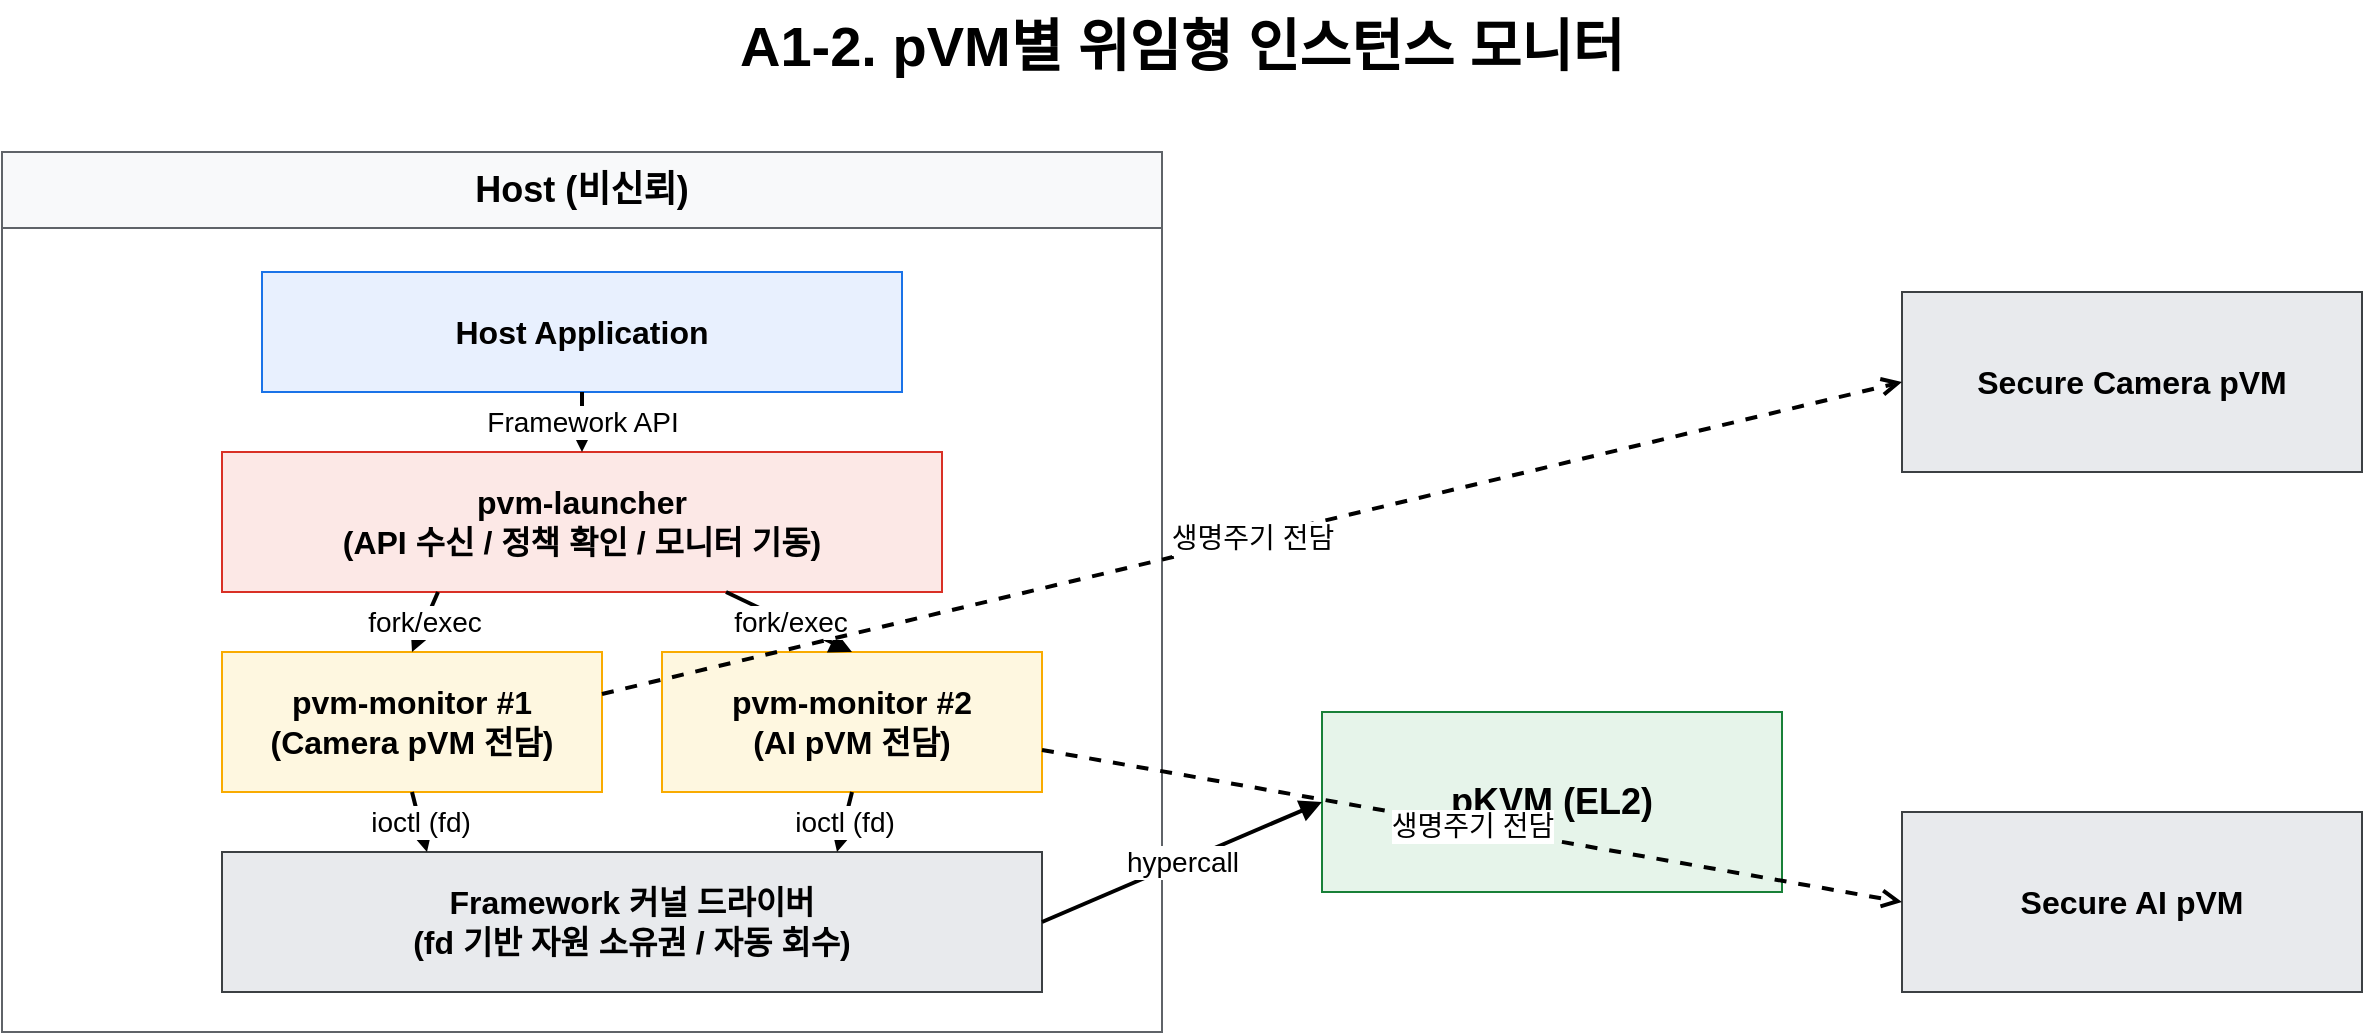
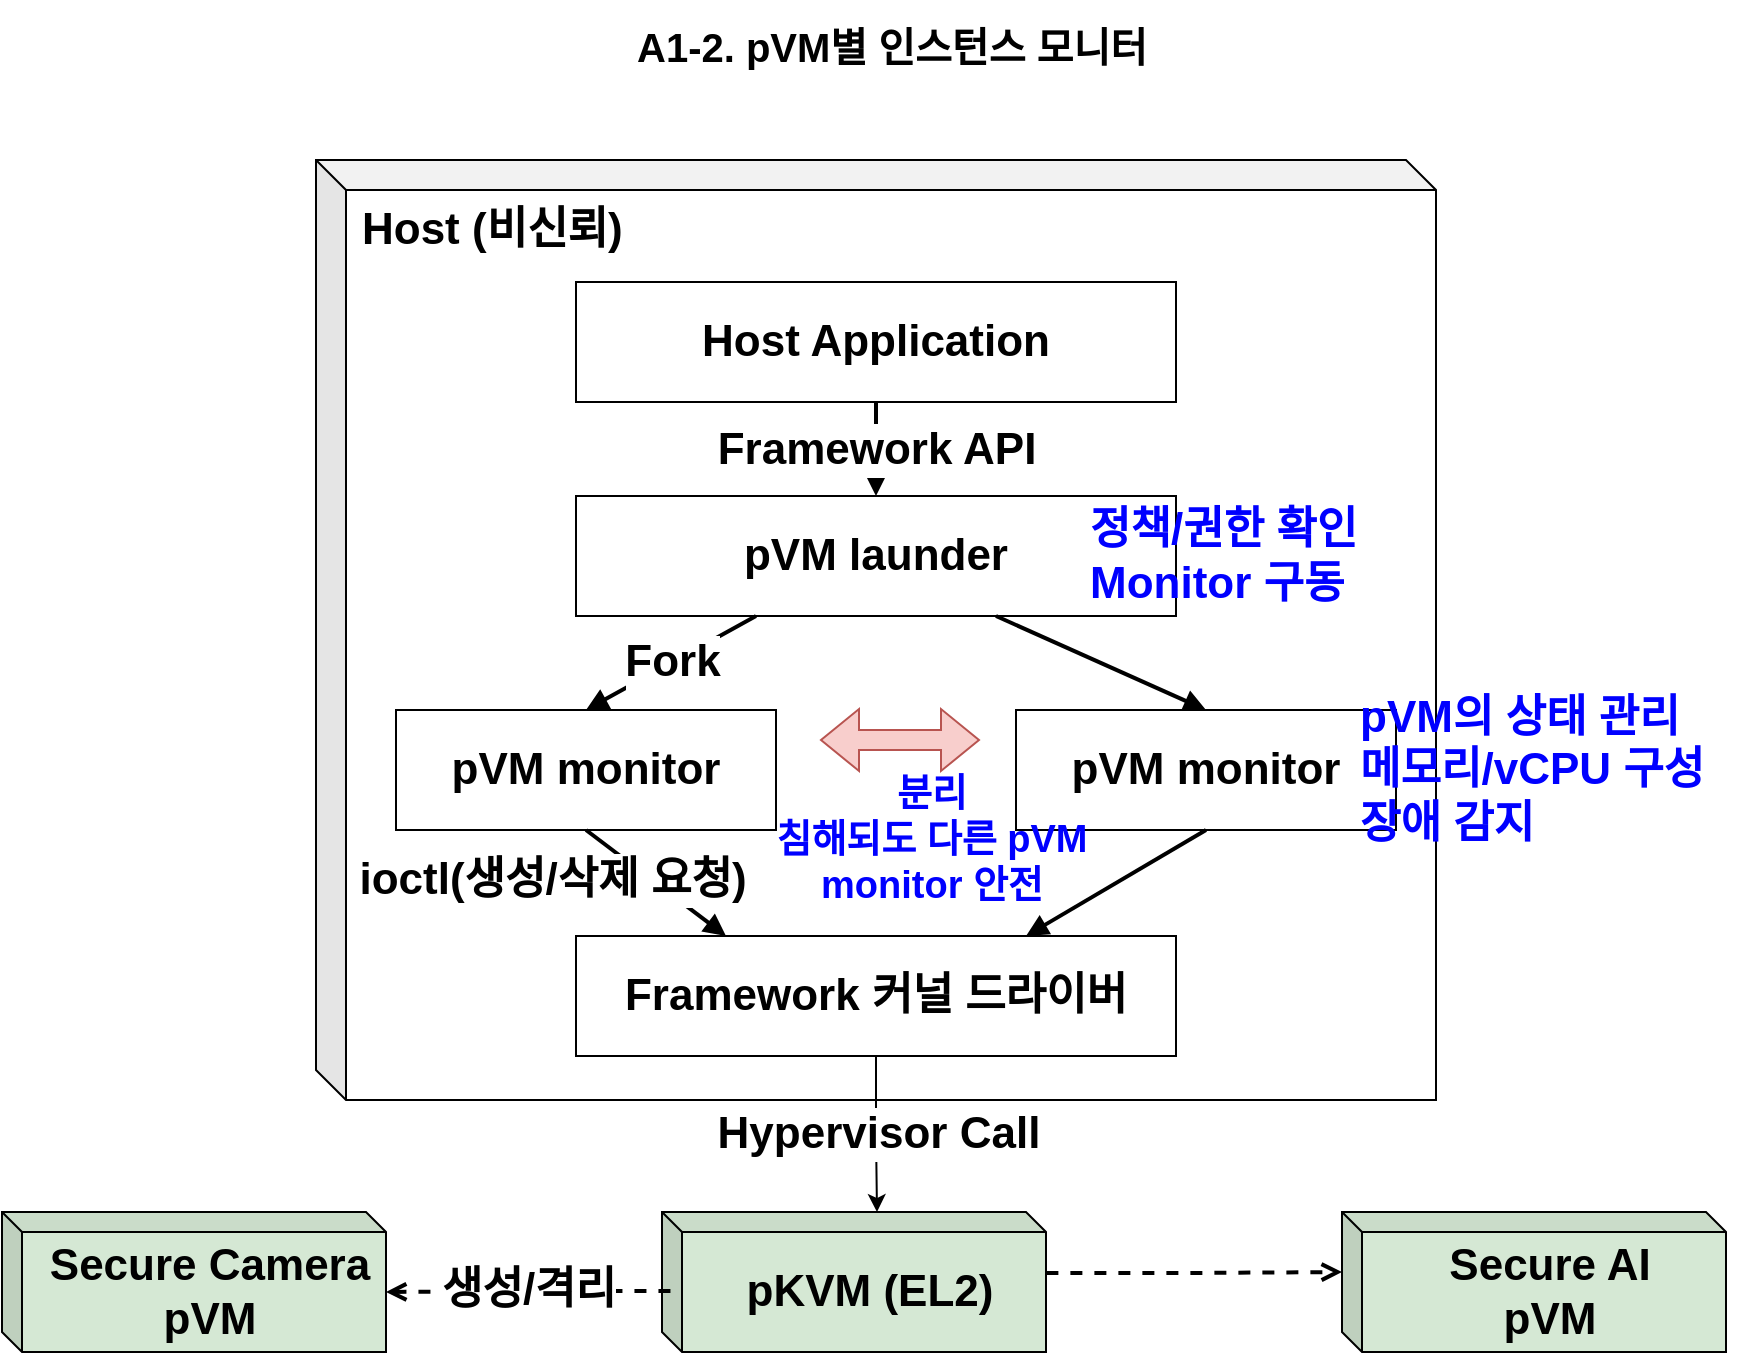
- <mxfile host="app.diagrams.net" modified="2026-07-09T00:00:00.000Z" agent="Claude" version="24.7.17" type="device">
+ <mxfile host="Electron" agent="Claude">
  <diagram id="a1-2-per-instance-monitor" name="A1-2">
-     <mxGraphModel dx="1280" dy="720" grid="1" gridSize="10" guides="1" tooltips="1" connect="1" arrows="1" fold="1" page="1" pageScale="1" pageWidth="1320" pageHeight="720" math="0" shadow="0">
+     <mxGraphModel dx="1207" dy="659" grid="1" gridSize="10" guides="1" tooltips="1" connect="1" arrows="1" fold="1" page="1" pageScale="1" pageWidth="1320" pageHeight="720" math="0" shadow="0">
      <root>
-         <mxCell id="0"/>
-         <mxCell id="1" parent="0"/>
-         <mxCell id="title" value="A1-2. pVM별 위임형 인스턴스 모니터" style="text;html=1;strokeColor=none;fillColor=none;align=center;verticalAlign=middle;whiteSpace=wrap;rounded=0;fontSize=28;fontStyle=1" vertex="1" parent="1">
-           <mxGeometry x="340" y="34" width="640" height="46" as="geometry"/>
+         <mxCell id="0" />
+         <mxCell id="1" parent="0" />
+         <mxCell id="ZEIo1c_CHVTAHK3E7dbV-1" parent="1" style="shape=cube;whiteSpace=wrap;html=1;boundedLbl=1;backgroundOutline=1;darkOpacity=0.05;darkOpacity2=0.1;fontSize=22;fontStyle=1;verticalAlign=top;align=left;spacingLeft=6;size=15;" value="Host (비신뢰)" vertex="1">
+           <mxGeometry height="470" width="560" x="372" y="90" as="geometry" />
        </mxCell>
-         <mxCell id="host" value="Host (비신뢰)" style="swimlane;html=1;whiteSpace=wrap;rounded=0;startSize=38;horizontal=1;fillColor=#f8f9fa;strokeColor=#5f6368;fontSize=18;fontStyle=1" vertex="1" parent="1">
-           <mxGeometry x="70" y="110" width="580" height="440" as="geometry"/>
+         <mxCell id="ZEIo1c_CHVTAHK3E7dbV-2" parent="1" style="shape=cube;whiteSpace=wrap;html=1;boundedLbl=1;backgroundOutline=1;darkOpacity=0.05;darkOpacity2=0.1;fontSize=22;fontStyle=1;verticalAlign=middle;align=center;spacingLeft=6;size=10;fillColor=#d5e8d4;strokeColor=#000000;" value="pKVM (EL2)" vertex="1">
+           <mxGeometry height="70" width="192" x="545" y="616" as="geometry" />
        </mxCell>
-         <mxCell id="app" value="Host Application" style="rounded=0;whiteSpace=wrap;html=1;fillColor=#e8f0fe;strokeColor=#1a73e8;fontSize=16;fontStyle=1" vertex="1" parent="host">
-           <mxGeometry x="130" y="60" width="320" height="60" as="geometry"/>
+         <mxCell id="title" parent="1" style="text;html=1;align=center;verticalAlign=middle;whiteSpace=wrap;rounded=0;fontSize=20;fontStyle=1;" value="A1-2. pVM별 인스턴스 모니터" vertex="1">
+           <mxGeometry height="46" width="640" x="340" y="10" as="geometry" />
        </mxCell>
-         <mxCell id="lch" value="pvm-launcher&lt;br&gt;(API 수신 / 정책 확인 / 모니터 기동)" style="rounded=0;whiteSpace=wrap;html=1;fillColor=#fce8e6;strokeColor=#d93025;fontSize=16;fontStyle=1" vertex="1" parent="host">
-           <mxGeometry x="110" y="150" width="360" height="70" as="geometry"/>
+         <mxCell id="e-m1-cam" edge="1" parent="1" source="ZEIo1c_CHVTAHK3E7dbV-2" style="endArrow=open;html=1;rounded=0;dashed=1;strokeWidth=2;exitX=0.022;exitY=0.564;exitDx=0;exitDy=0;entryX=0;entryY=0;entryDx=192.00000000000003;entryDy=40;fontSize=22;fontStyle=1;entryPerimeter=0;edgeStyle=orthogonalEdgeStyle;exitPerimeter=0;labelBackgroundColor=default;" target="ZEIo1c_CHVTAHK3E7dbV-4" value="&lt;span style=&quot;color: rgb(0, 0, 0); font-family: Helvetica; font-style: normal; font-variant-ligatures: normal; font-variant-caps: normal; font-weight: 700; letter-spacing: normal; orphans: 2; text-align: center; text-indent: 0px; text-transform: none; widows: 2; word-spacing: 0px; -webkit-text-stroke-width: 0px; white-space: nowrap; text-decoration-thickness: initial; text-decoration-style: initial; text-decoration-color: initial; float: none; display: inline !important;&quot;&gt;생성/격리&lt;/span&gt;">
+           <mxGeometry relative="1" as="geometry" />
        </mxCell>
-         <mxCell id="m1" value="pvm-monitor #1&lt;br&gt;(Camera pVM 전담)" style="rounded=0;whiteSpace=wrap;html=1;fillColor=#fef7e0;strokeColor=#f9ab00;fontSize=16;fontStyle=1" vertex="1" parent="host">
-           <mxGeometry x="110" y="250" width="190" height="70" as="geometry"/>
+         <mxCell id="e-m2-ai" edge="1" parent="1" source="ZEIo1c_CHVTAHK3E7dbV-2" style="endArrow=open;html=1;rounded=0;dashed=1;strokeWidth=2;exitX=1.001;exitY=0.436;exitDx=0;exitDy=0;entryX=0;entryY=0;entryDx=0;entryDy=30;fontSize=22;fontStyle=1;entryPerimeter=0;edgeStyle=orthogonalEdgeStyle;exitPerimeter=0;" target="ZEIo1c_CHVTAHK3E7dbV-5" value="">
+           <mxGeometry relative="1" as="geometry" />
        </mxCell>
-         <mxCell id="m2" value="pvm-monitor #2&lt;br&gt;(AI pVM 전담)" style="rounded=0;whiteSpace=wrap;html=1;fillColor=#fef7e0;strokeColor=#f9ab00;fontSize=16;fontStyle=1" vertex="1" parent="host">
-           <mxGeometry x="330" y="250" width="190" height="70" as="geometry"/>
+         <mxCell id="app" parent="1" style="rounded=0;whiteSpace=wrap;html=1;fontSize=22;fontStyle=1;" value="Host Application" vertex="1">
+           <mxGeometry height="60" width="300" x="502" y="151" as="geometry" />
        </mxCell>
-         <mxCell id="drv" value="Framework 커널 드라이버&lt;br&gt;(fd 기반 자원 소유권 / 자동 회수)" style="rounded=0;whiteSpace=wrap;html=1;fillColor=#e8eaed;strokeColor=#3c4043;fontSize=16;fontStyle=1" vertex="1" parent="host">
-           <mxGeometry x="110" y="350" width="410" height="70" as="geometry"/>
+         <mxCell id="lch" parent="1" style="rounded=0;whiteSpace=wrap;html=1;fontSize=22;fontStyle=1;" value="pVM launder" vertex="1">
+           <mxGeometry height="60" width="300" x="502" y="258" as="geometry" />
        </mxCell>
-         <mxCell id="hv" value="pKVM (EL2)" style="rounded=0;whiteSpace=wrap;html=1;fillColor=#e6f4ea;strokeColor=#188038;fontSize=18;fontStyle=1" vertex="1" parent="1">
-           <mxGeometry x="730" y="390" width="230" height="90" as="geometry"/>
+         <mxCell id="m1" parent="1" style="rounded=0;whiteSpace=wrap;html=1;fontSize=22;fontStyle=1;" value="pVM monitor" vertex="1">
+           <mxGeometry height="60" width="190" x="412" y="365" as="geometry" />
        </mxCell>
-         <mxCell id="cam" value="Secure Camera pVM" style="rounded=0;whiteSpace=wrap;html=1;fillColor=#e8eaed;strokeColor=#3c4043;fontSize=16;fontStyle=1" vertex="1" parent="1">
-           <mxGeometry x="1020" y="180" width="230" height="90" as="geometry"/>
+         <mxCell id="m2" parent="1" style="rounded=0;whiteSpace=wrap;html=1;fontSize=22;fontStyle=1;" value="pVM monitor" vertex="1">
+           <mxGeometry height="60" width="190" x="722" y="365" as="geometry" />
        </mxCell>
-         <mxCell id="ai" value="Secure AI pVM" style="rounded=0;whiteSpace=wrap;html=1;fillColor=#e8eaed;strokeColor=#3c4043;fontSize=16;fontStyle=1" vertex="1" parent="1">
-           <mxGeometry x="1020" y="440" width="230" height="90" as="geometry"/>
+         <mxCell id="drv" parent="1" style="rounded=0;whiteSpace=wrap;html=1;fontSize=22;fontStyle=1;" value="Framework 커널 드라이버" vertex="1">
+           <mxGeometry height="60" width="300" x="502" y="478" as="geometry" />
        </mxCell>
-         <mxCell id="e-app-lch" value="Framework API" style="endArrow=block;html=1;rounded=0;strokeWidth=2;exitX=0.5;exitY=1;exitDx=0;exitDy=0;entryX=0.5;entryY=0;entryDx=0;entryDy=0;fontSize=14" edge="1" parent="host" source="app" target="lch">
-           <mxGeometry relative="1" as="geometry"/>
+         <mxCell id="e-app-lch" edge="1" parent="1" source="app" style="endArrow=block;html=1;rounded=0;strokeWidth=2;exitX=0.5;exitY=1;exitDx=0;exitDy=0;entryX=0.5;entryY=0;entryDx=0;entryDy=0;fontSize=22;fontStyle=1" target="lch" value="Framework API">
+           <mxGeometry relative="1" as="geometry" />
        </mxCell>
-         <mxCell id="e-lch-m1" value="fork/exec" style="endArrow=block;html=1;rounded=0;strokeWidth=2;exitX=0.3;exitY=1;exitDx=0;exitDy=0;entryX=0.5;entryY=0;entryDx=0;entryDy=0;fontSize=14" edge="1" parent="host" source="lch" target="m1">
-           <mxGeometry relative="1" as="geometry"/>
+         <mxCell id="e-lch-m1" edge="1" parent="1" source="lch" style="endArrow=block;html=1;rounded=0;strokeWidth=2;exitX=0.3;exitY=1;exitDx=0;exitDy=0;entryX=0.5;entryY=0;entryDx=0;entryDy=0;fontSize=22;fontStyle=1" target="m1" value="Fork">
+           <mxGeometry relative="1" as="geometry" />
        </mxCell>
-         <mxCell id="e-lch-m2" value="fork/exec" style="endArrow=block;html=1;rounded=0;strokeWidth=2;exitX=0.7;exitY=1;exitDx=0;exitDy=0;entryX=0.5;entryY=0;entryDx=0;entryDy=0;fontSize=14" edge="1" parent="host" source="lch" target="m2">
-           <mxGeometry relative="1" as="geometry"/>
+         <mxCell id="e-lch-m2" edge="1" parent="1" source="lch" style="endArrow=block;html=1;rounded=0;strokeWidth=2;exitX=0.7;exitY=1;exitDx=0;exitDy=0;entryX=0.5;entryY=0;entryDx=0;entryDy=0;fontSize=22;fontStyle=1" target="m2" value="">
+           <mxGeometry relative="1" as="geometry" />
        </mxCell>
-         <mxCell id="e-m1-drv" value="ioctl (fd)" style="endArrow=block;html=1;rounded=0;strokeWidth=2;exitX=0.5;exitY=1;exitDx=0;exitDy=0;entryX=0.25;entryY=0;entryDx=0;entryDy=0;fontSize=14" edge="1" parent="host" source="m1" target="drv">
-           <mxGeometry relative="1" as="geometry"/>
+         <mxCell id="e-m1-drv" edge="1" parent="1" source="m1" style="endArrow=block;html=1;rounded=0;strokeWidth=2;exitX=0.5;exitY=1;exitDx=0;exitDy=0;entryX=0.25;entryY=0;entryDx=0;entryDy=0;fontSize=22;fontStyle=1" target="drv" value="ioctl(생성/삭제 요청)">
+           <mxGeometry relative="1" x="-0.965" y="-30" as="geometry">
+             <mxPoint as="offset" />
+           </mxGeometry>
        </mxCell>
-         <mxCell id="e-m2-drv" value="ioctl (fd)" style="endArrow=block;html=1;rounded=0;strokeWidth=2;exitX=0.5;exitY=1;exitDx=0;exitDy=0;entryX=0.75;entryY=0;entryDx=0;entryDy=0;fontSize=14" edge="1" parent="host" source="m2" target="drv">
-           <mxGeometry relative="1" as="geometry"/>
+         <mxCell id="e-m2-drv" edge="1" parent="1" source="m2" style="endArrow=block;html=1;rounded=0;strokeWidth=2;exitX=0.5;exitY=1;exitDx=0;exitDy=0;entryX=0.75;entryY=0;entryDx=0;entryDy=0;fontSize=22;fontStyle=1" target="drv" value="">
+           <mxGeometry relative="1" as="geometry" />
        </mxCell>
-         <mxCell id="e-drv-hv" value="hypercall" style="endArrow=block;html=1;rounded=0;strokeWidth=2;exitX=1;exitY=0.5;exitDx=0;exitDy=0;entryX=0;entryY=0.5;entryDx=0;entryDy=0;fontSize=14" edge="1" parent="1" source="drv" target="hv">
-           <mxGeometry relative="1" as="geometry"/>
+         <mxCell id="ZEIo1c_CHVTAHK3E7dbV-3" edge="1" parent="1" source="drv" style="edgeStyle=orthogonalEdgeStyle;rounded=0;orthogonalLoop=1;jettySize=auto;html=1;exitX=0.5;exitY=1;exitDx=0;exitDy=0;entryX=0;entryY=0;entryDx=107.5;entryDy=0;entryPerimeter=0;fontSize=22;fontStyle=1" target="ZEIo1c_CHVTAHK3E7dbV-2" value="Hypervisor Call">
+           <mxGeometry relative="1" as="geometry" />
        </mxCell>
-         <mxCell id="e-m1-cam" value="생명주기 전담" style="endArrow=open;html=1;rounded=0;dashed=1;strokeWidth=2;exitX=1;exitY=0.3;exitDx=0;exitDy=0;entryX=0;entryY=0.5;entryDx=0;entryDy=0;fontSize=14" edge="1" parent="1" source="m1" target="cam">
-           <mxGeometry relative="1" as="geometry"/>
+         <mxCell id="ZEIo1c_CHVTAHK3E7dbV-4" parent="1" style="shape=cube;whiteSpace=wrap;html=1;boundedLbl=1;backgroundOutline=1;darkOpacity=0.05;darkOpacity2=0.1;fontSize=22;fontStyle=1;verticalAlign=middle;align=center;spacingLeft=6;size=10;fillColor=#d5e8d4;strokeColor=#000000;" value="Secure Camera&lt;div&gt;pVM&lt;/div&gt;" vertex="1">
+           <mxGeometry height="70" width="192" x="215" y="616" as="geometry" />
        </mxCell>
-         <mxCell id="e-m2-ai" value="생명주기 전담" style="endArrow=open;html=1;rounded=0;dashed=1;strokeWidth=2;exitX=1;exitY=0.7;exitDx=0;exitDy=0;entryX=0;entryY=0.5;entryDx=0;entryDy=0;fontSize=14" edge="1" parent="1" source="m2" target="ai">
-           <mxGeometry relative="1" as="geometry"/>
+         <mxCell id="ZEIo1c_CHVTAHK3E7dbV-5" parent="1" style="shape=cube;whiteSpace=wrap;html=1;boundedLbl=1;backgroundOutline=1;darkOpacity=0.05;darkOpacity2=0.1;fontSize=22;fontStyle=1;verticalAlign=middle;align=center;spacingLeft=6;size=10;fillColor=#d5e8d4;strokeColor=#000000;" value="Secure AI&lt;div&gt;pVM&lt;/div&gt;" vertex="1">
+           <mxGeometry height="70" width="192" x="885" y="616" as="geometry" />
+         </mxCell>
+         <mxCell id="ZEIo1c_CHVTAHK3E7dbV-9" parent="1" style="text;html=1;whiteSpace=wrap;strokeColor=none;fillColor=none;align=left;verticalAlign=middle;rounded=0;fontColor=#0000FF;fontSize=22;" value="&lt;span&gt;&lt;b&gt;pVM의 상태 관리&lt;/b&gt;&lt;/span&gt;&lt;div&gt;&lt;span&gt;&lt;b&gt;메모리/vCPU 구성&lt;/b&gt;&lt;/span&gt;&lt;/div&gt;&lt;div&gt;&lt;span&gt;&lt;b&gt;장애 감지&lt;/b&gt;&lt;/span&gt;&lt;/div&gt;" vertex="1">
+           <mxGeometry height="80" width="190" x="892" y="355" as="geometry" />
+         </mxCell>
+         <mxCell id="ZEIo1c_CHVTAHK3E7dbV-11" parent="1" style="text;html=1;whiteSpace=wrap;strokeColor=none;fillColor=none;align=left;verticalAlign=middle;rounded=0;fontColor=#0000FF;fontSize=22;" value="&lt;span&gt;&lt;b&gt;정책/권한 확인&lt;/b&gt;&lt;/span&gt;&lt;div&gt;&lt;span&gt;&lt;b&gt;Monitor 구동&lt;/b&gt;&lt;/span&gt;&lt;/div&gt;" vertex="1">
+           <mxGeometry height="80" width="190" x="757" y="248" as="geometry" />
+         </mxCell>
+         <mxCell id="ZEIo1c_CHVTAHK3E7dbV-12" parent="1" style="text;html=1;whiteSpace=wrap;strokeColor=none;fillColor=none;align=center;verticalAlign=middle;rounded=0;fontColor=#0000FF;fontSize=19;" value="&lt;div&gt;&lt;b&gt;분리&lt;/b&gt;&lt;span&gt;&lt;b&gt;&lt;/b&gt;&lt;/span&gt;&lt;/div&gt;&lt;span&gt;&lt;b&gt;침해되도 다른 pVM monitor 안전&lt;/b&gt;&lt;/span&gt;" vertex="1">
+           <mxGeometry height="80" width="200" x="580" y="390" as="geometry" />
+         </mxCell>
+         <mxCell id="ZEIo1c_CHVTAHK3E7dbV-13" edge="1" parent="1" style="shape=flexArrow;endArrow=classic;startArrow=classic;html=1;rounded=0;fontSize=22;fillColor=#f8cecc;strokeColor=#b85450;" value="">
+           <mxGeometry height="100" relative="1" width="100" as="geometry">
+             <mxPoint x="624" y="380" as="sourcePoint" />
+             <mxPoint x="704" y="380" as="targetPoint" />
+           </mxGeometry>
        </mxCell>
      </root>
    </mxGraphModel>
  </diagram>
</mxfile>
